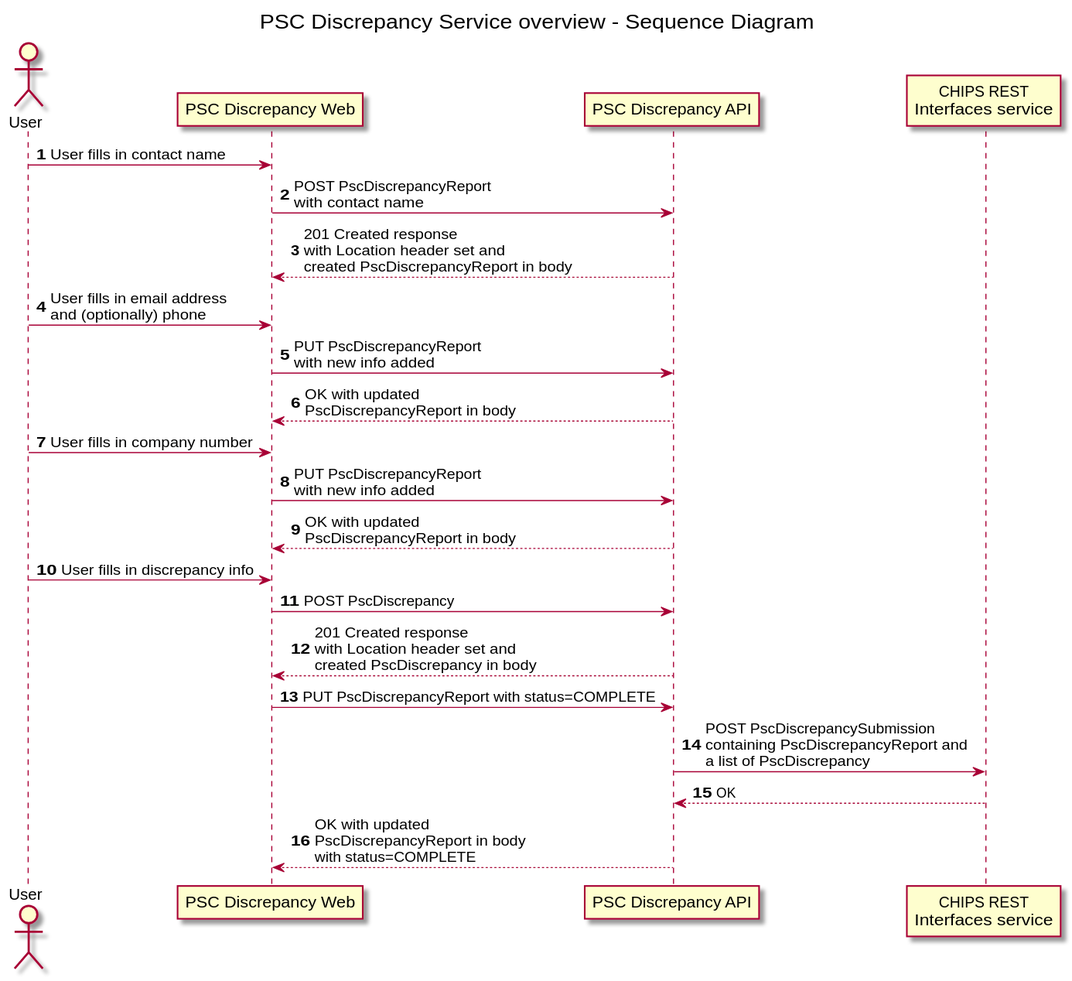
Earlier version of the PlantUML export design/OverviewSequence.svg (companieshouse/psc-discrepancies.api.ch.gov.uk). Source of this version:
```plantuml
@startuml
title PSC Discrepancy Service overview - Sequence Diagram
autonumber
actor User
participant "PSC Discrepancy Web" as Web
participant "PSC Discrepancy API" as Api
participant "CHIPS REST\nInterfaces service" as ChipsRest

User -> Web : User selects obliged entity type
Web -> Api  : POST PscDiscrepancyReport\nwith obliged entity type
Api --> Web : 201 Created response\nwith Location header set and\ncreated PscDiscrepancyReport in body

User -> Web : User fills in contact name
Web -> Api  : PUT PscDiscrepancyReport\nwith new info added
Api --> Web : OK with updated\nPscDiscrepancyReport in body

User -> Web : User fills in email address\nand (optionally) phone
Web -> Api  : PUT PscDiscrepancyReport\nwith new info added
Api --> Web : OK with updated\nPscDiscrepancyReport in body

User -> Web : User fills in company number
Web -> Api  : PUT PscDiscrepancyReport\nwith new info added
Api --> Web : OK with updated\nPscDiscrepancyReport in body

User -> Web : User fills in discrepancy info
Web -> Api  : POST PscDiscrepancy
Api --> Web : 201 Created response\nwith Location header set and\ncreated PscDiscrepancy in body

Web -> Api  : PUT PscDiscrepancyReport with status=COMPLETE
Api -> ChipsRest  : POST PscDiscrepancySubmission\ncontaining PscDiscrepancyReport and\na list of PscDiscrepancy
ChipsRest --> Api : OK
Api --> Web  : OK with updated\nPscDiscrepancyReport in body\nwith status=COMPLETE
@enduml
```
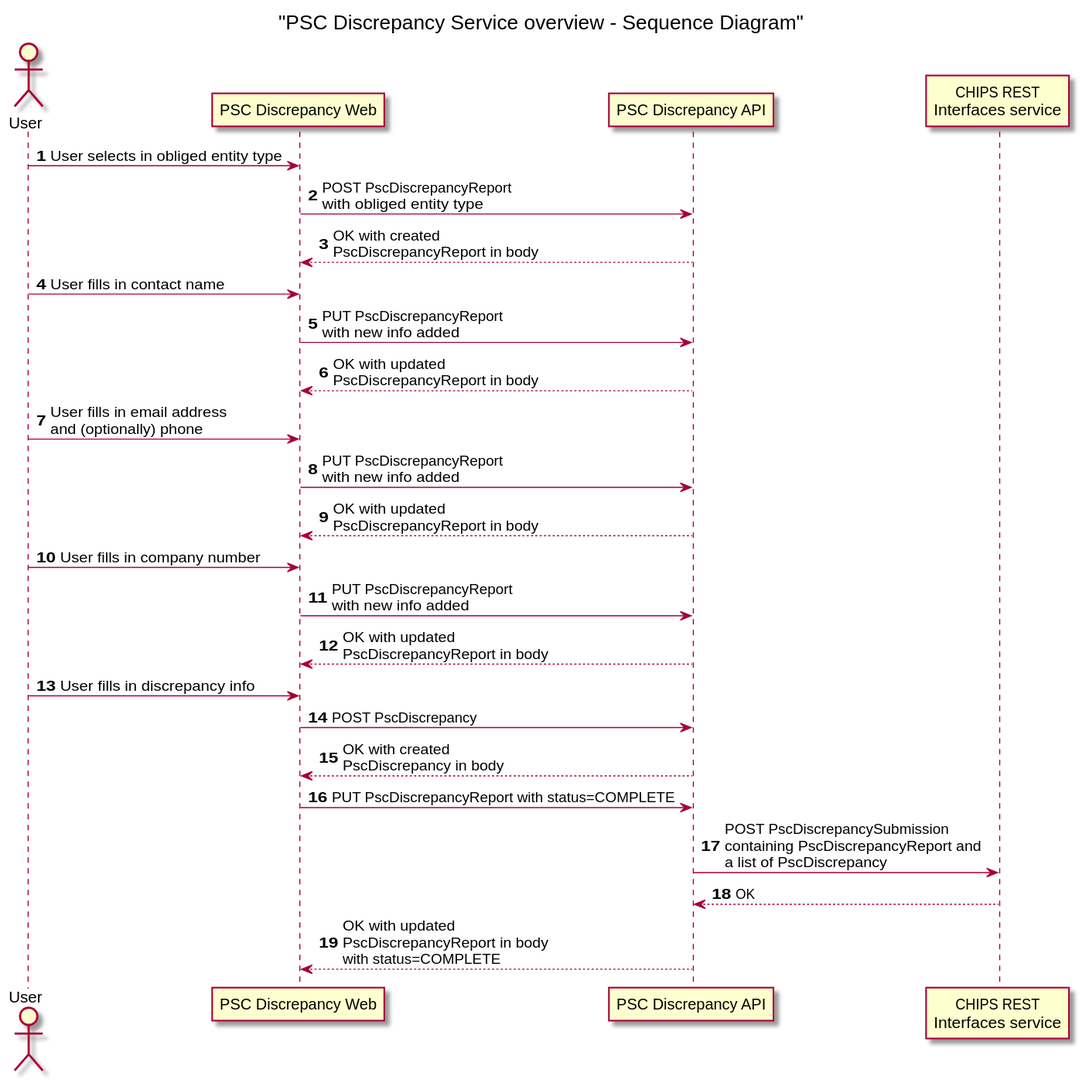
Above is the later version.

The edit, as a diff of the source:
```diff
@@ -1,14 +1,15 @@
 @startuml
-title PSC Discrepancy Service overview - Sequence Diagram
+
+title "PSC Discrepancy Service overview - Sequence Diagram"
 autonumber
 actor User
 participant "PSC Discrepancy Web" as Web
 participant "PSC Discrepancy API" as Api
 participant "CHIPS REST\nInterfaces service" as ChipsRest
 
-User -> Web : User selects obliged entity type
+User -> Web : User selects in obliged entity type
 Web -> Api  : POST PscDiscrepancyReport\nwith obliged entity type
-Api --> Web : 201 Created response\nwith Location header set and\ncreated PscDiscrepancyReport in body
+Api --> Web : OK with created\nPscDiscrepancyReport in body
 
 User -> Web : User fills in contact name
 Web -> Api  : PUT PscDiscrepancyReport\nwith new info added
@@ -24,10 +25,11 @@
 
 User -> Web : User fills in discrepancy info
 Web -> Api  : POST PscDiscrepancy
-Api --> Web : 201 Created response\nwith Location header set and\ncreated PscDiscrepancy in body
-
+Api --> Web : OK with created\nPscDiscrepancy in body
 Web -> Api  : PUT PscDiscrepancyReport with status=COMPLETE
 Api -> ChipsRest  : POST PscDiscrepancySubmission\ncontaining PscDiscrepancyReport and\na list of PscDiscrepancy
 ChipsRest --> Api : OK
 Api --> Web  : OK with updated\nPscDiscrepancyReport in body\nwith status=COMPLETE
+
+
 @enduml
```
